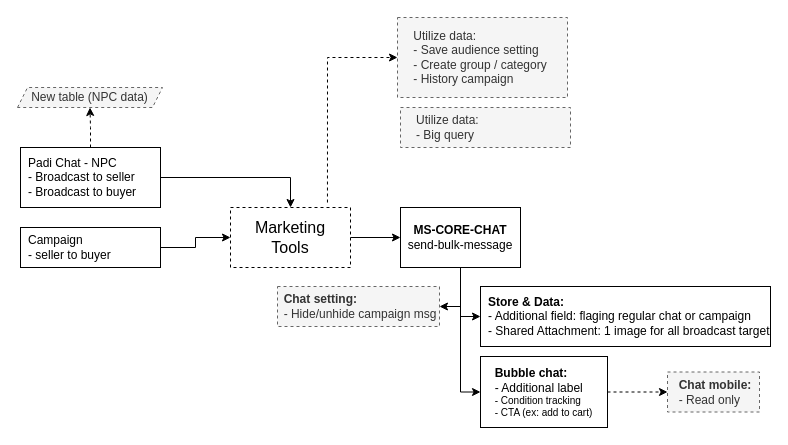
This is page "Chat for Campign" (6 of 8) of System Design Padi Chat.drawio from yogiprsetya/app.diagrams.net, a draw.io file, before an edit. Source tidied: cells renumbered, new cells numbered last; positions are measured from the earlier drawing's top-left corner, leaving out a move shared by most shapes. Both pictures are drawn from the tidied source at 100%, with x=0, y=0 at pixel (17, 17).
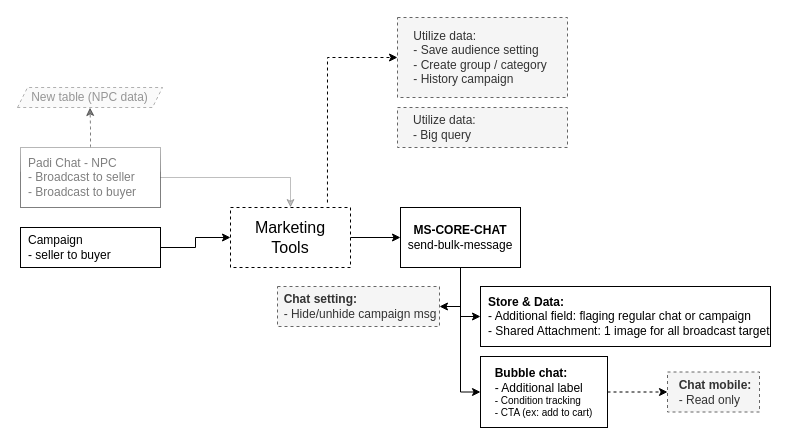
After the change.

Unchanged cells that the change refers to:
```xml
<mxCell id="9" value="&lt;div&gt;&lt;font style=&quot;font-size: 16px;&quot;&gt;Marketing&lt;/font&gt;&lt;/div&gt;&lt;div&gt;&lt;font style=&quot;font-size: 16px;&quot;&gt;Tools&lt;/font&gt;&lt;/div&gt;" style="rounded=0;whiteSpace=wrap;html=1;dashed=1;" parent="8" vertex="1">
  <mxGeometry width="120" height="60" as="geometry" />
</mxCell>
```

The edit, as a diff of the source:
```diff
@@
-    <mxCell id="2" style="edgeStyle=orthogonalEdgeStyle;rounded=0;jettySize=auto;html=1;exitX=0.5;exitY=0;exitDx=0;exitDy=0;entryX=0.5;entryY=1;entryDx=0;entryDy=0;dashed=1;" parent="1" edge="1" source="3" target="6">
+    <mxCell id="2" style="edgeStyle=orthogonalEdgeStyle;rounded=0;jettySize=auto;html=1;exitX=0.5;exitY=0;exitDx=0;exitDy=0;entryX=0.5;entryY=1;entryDx=0;entryDy=0;dashed=1;opacity=50;" parent="1" edge="1" source="3" target="6">
       <mxGeometry relative="1" as="geometry" />
     </mxCell>
-    <mxCell id="3" value="Padi Chat - NPC&lt;br&gt;- Broadcast to seller&lt;br&gt;- Broadcast to buyer" style="rounded=0;whiteSpace=wrap;html=1;align=left;spacingLeft=6;spacingRight=6;" parent="1" vertex="1">
+    <mxCell id="3" value="Padi Chat - NPC&lt;br&gt;- Broadcast to seller&lt;br&gt;- Broadcast to buyer" style="rounded=0;whiteSpace=wrap;html=1;align=left;spacingLeft=6;spacingRight=6;glass=1;opacity=50;textOpacity=50;" parent="1" vertex="1">
       <mxGeometry x="3" y="130" width="140" height="60" as="geometry" />
     </mxCell>
@@
-    <mxCell id="6" value="New table (NPC data)" style="shape=parallelogram;perimeter=parallelogramPerimeter;whiteSpace=wrap;html=1;fixedSize=1;size=10.000000000000114;fillColor=#f5f5f5;fontColor=#333333;strokeColor=#666666;dashed=1;" parent="1" vertex="1">
+    <mxCell id="6" value="New table (NPC data)" style="shape=parallelogram;perimeter=parallelogramPerimeter;whiteSpace=wrap;html=1;fixedSize=1;size=10.000000000000114;fillColor=#f5f5f5;fontColor=#333333;strokeColor=#666666;dashed=1;opacity=50;textOpacity=50;" parent="1" vertex="1">
       <mxGeometry y="70" width="145" height="20" as="geometry" />
     </mxCell>
-    <mxCell id="7" style="endArrow=classic;html=1;rounded=0;exitX=1;exitY=0.5;exitDx=0;exitDy=0;entryX=0.5;entryY=0;entryDx=0;entryDy=0;" parent="1" edge="1" source="3" target="9">
+    <mxCell id="7" style="endArrow=classic;html=1;rounded=0;exitX=1;exitY=0.5;exitDx=0;exitDy=0;entryX=0.5;entryY=0;entryDx=0;entryDy=0;opacity=25;" parent="1" edge="1" source="3" target="9">
       <mxGeometry relative="1" as="geometry">
         <Array as="points">
           <mxPoint x="273" y="160" />
         </Array>
       </mxGeometry>
     </mxCell>
@@
     <mxCell id="23" value="&lt;div&gt;Utilize data:&lt;/div&gt;&lt;div&gt;- Big query&lt;br&gt;&lt;/div&gt;" style="rounded=0;whiteSpace=wrap;html=1;dashed=1;fillColor=#f5f5f5;fontColor=#333333;strokeColor=#666666;align=left;spacingLeft=14;" parent="1" vertex="1">
-      <mxGeometry x="383" y="90" width="170" height="40" as="geometry" />
+      <mxGeometry x="380" y="90" width="170" height="40" as="geometry" />
     </mxCell>
```
